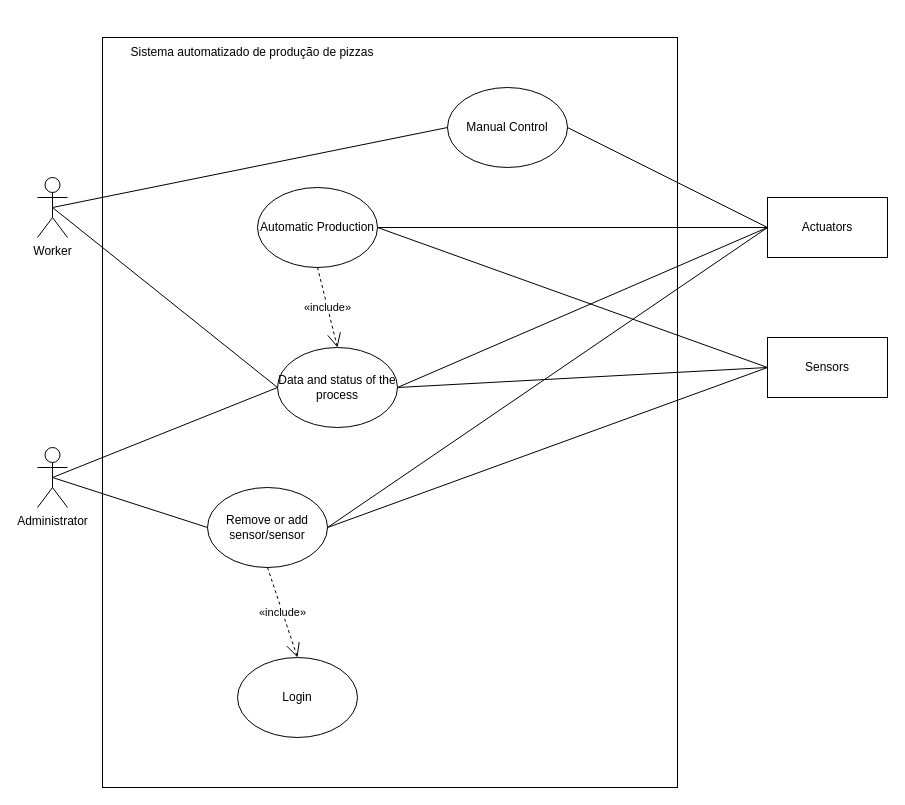
Earlier version of the draw.io diagram Documentation/Untitled Diagram.drawio (pedrosilva2703/SINF-FEUP). Source tidied: cells renumbered, new cells numbered last; positions are measured from the earlier drawing's top-left corner, leaving out a move shared by most shapes. Both pictures are drawn from the tidied source at 100%, with x=0, y=0 at pixel (37, 17).
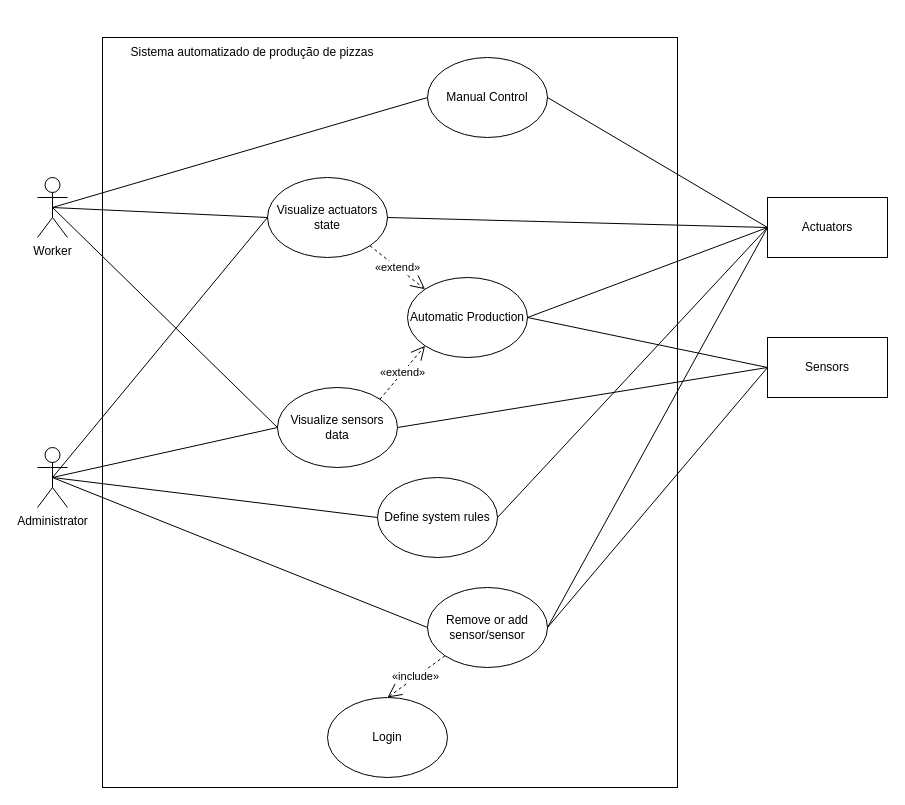
Above is the later version.

Commit message:
UML Use case diagram.drawio

Unchanged cells that the change refers to:
```xml
<mxCell id="4" value="Worker" style="shape=umlActor;verticalLabelPosition=bottom;verticalAlign=top;html=1;outlineConnect=0;" parent="1" vertex="1">
  <mxGeometry y="160" width="30" height="60" as="geometry" />
</mxCell>
<mxCell id="6" value="Actuators" style="rounded=0;whiteSpace=wrap;html=1;" parent="1" vertex="1">
  <mxGeometry x="730" y="180" width="120" height="60" as="geometry" />
</mxCell>
<mxCell id="14" value="Administrator" style="shape=umlActor;verticalLabelPosition=bottom;verticalAlign=top;html=1;outlineConnect=0;" parent="1" vertex="1">
  <mxGeometry y="430" width="30" height="60" as="geometry" />
</mxCell>
```

Diff of the diagram source:
```diff
@@
     <mxCell id="7" value="Manual Control" style="ellipse;whiteSpace=wrap;html=1;" parent="1" vertex="1">
-      <mxGeometry x="410" y="70" width="120" height="80" as="geometry" />
+      <mxGeometry x="390" y="40" width="120" height="80" as="geometry" />
     </mxCell>
     <mxCell id="8" value="Remove or add sensor/sensor" style="ellipse;whiteSpace=wrap;html=1;" parent="1" vertex="1">
-      <mxGeometry x="170" y="470" width="120" height="80" as="geometry" />
+      <mxGeometry x="390" y="570" width="120" height="80" as="geometry" />
     </mxCell>
-    <mxCell id="9" value="Data and status of the process" style="ellipse;whiteSpace=wrap;html=1;" parent="1" vertex="1">
-      <mxGeometry x="240" y="330" width="120" height="80" as="geometry" />
+    <mxCell id="9" value="Visualize sensors data" style="ellipse;whiteSpace=wrap;html=1;" parent="1" vertex="1">
+      <mxGeometry x="240" y="370" width="120" height="80" as="geometry" />
     </mxCell>
     <mxCell id="10" value="Login" style="ellipse;whiteSpace=wrap;html=1;" parent="1" vertex="1">
-      <mxGeometry x="200" y="640" width="120" height="80" as="geometry" />
+      <mxGeometry x="290" y="680" width="120" height="80" as="geometry" />
     </mxCell>
@@
-    <mxCell id="17" style="endArrow=none;html=1;entryX=0;entryY=0.5;entryDx=0;entryDy=0;exitX=1;exitY=0.5;exitDx=0;exitDy=0;" parent="1" edge="1" source="9" target="6">
-      <mxGeometry relative="1" as="geometry" />
-    </mxCell>
@@
-    <mxCell id="19" value="«include»" style="endArrow=open;endSize=12;dashed=1;html=1;entryX=0.5;entryY=0;entryDx=0;entryDy=0;exitX=0.5;exitY=1;exitDx=0;exitDy=0;" parent="1" edge="1" source="8" target="10">
+    <mxCell id="19" value="«include»" style="endArrow=open;endSize=12;dashed=1;html=1;entryX=0.5;entryY=0;entryDx=0;entryDy=0;exitX=0;exitY=1;exitDx=0;exitDy=0;" parent="1" edge="1" source="8" target="10">
       <mxGeometry relative="1" as="geometry" />
     </mxCell>
@@
     <mxCell id="22" value="Automatic Production" style="ellipse;whiteSpace=wrap;html=1;" parent="1" vertex="1">
-      <mxGeometry x="220" y="170" width="120" height="80" as="geometry" />
+      <mxGeometry x="370" y="260" width="120" height="80" as="geometry" />
     </mxCell>
@@
-    <mxCell id="25" value="«include»" style="endArrow=open;endSize=12;dashed=1;html=1;entryX=0.5;entryY=0;entryDx=0;entryDy=0;exitX=0.5;exitY=1;exitDx=0;exitDy=0;" parent="1" edge="1" source="22" target="9">
+    <mxCell id="25" value="«extend»" style="endArrow=open;endSize=12;dashed=1;html=1;entryX=0;entryY=1;entryDx=0;entryDy=0;exitX=1;exitY=0;exitDx=0;exitDy=0;" parent="1" edge="1" source="9" target="22">
       <mxGeometry relative="1" as="geometry" />
     </mxCell>
+    <mxCell id="26" value="Visualize actuators state" style="ellipse;whiteSpace=wrap;html=1;" parent="1" vertex="1">
+      <mxGeometry x="230" y="160" width="120" height="80" as="geometry" />
+    </mxCell>
+    <mxCell id="27" style="endArrow=none;html=1;entryX=0;entryY=0.5;entryDx=0;entryDy=0;exitX=1;exitY=0.5;exitDx=0;exitDy=0;" parent="1" edge="1" source="26" target="6">
+      <mxGeometry relative="1" as="geometry" />
+    </mxCell>
+    <mxCell id="28" style="endArrow=none;html=1;entryX=0;entryY=0.5;entryDx=0;entryDy=0;exitX=0.5;exitY=0.5;exitDx=0;exitDy=0;exitPerimeter=0;" parent="1" edge="1" source="4" target="26">
+      <mxGeometry relative="1" as="geometry" />
+    </mxCell>
+    <mxCell id="29" style="endArrow=none;html=1;entryX=0;entryY=0.5;entryDx=0;entryDy=0;exitX=0.5;exitY=0.5;exitDx=0;exitDy=0;exitPerimeter=0;" parent="1" edge="1" source="14" target="26">
+      <mxGeometry relative="1" as="geometry" />
+    </mxCell>
+    <mxCell id="30" value="«extend»" style="endArrow=open;endSize=12;dashed=1;html=1;entryX=0;entryY=0;entryDx=0;entryDy=0;exitX=1;exitY=1;exitDx=0;exitDy=0;" parent="1" edge="1" source="26" target="22">
+      <mxGeometry relative="1" as="geometry" />
+    </mxCell>
+    <mxCell id="31" value="Define system rules" style="ellipse;whiteSpace=wrap;html=1;" parent="1" vertex="1">
+      <mxGeometry x="340" y="460" width="120" height="80" as="geometry" />
+    </mxCell>
+    <mxCell id="32" style="endArrow=none;html=1;entryX=0.5;entryY=0.5;entryDx=0;entryDy=0;entryPerimeter=0;exitX=0;exitY=0.5;exitDx=0;exitDy=0;" parent="1" edge="1" source="31" target="14">
+      <mxGeometry relative="1" as="geometry" />
+    </mxCell>
+    <mxCell id="33" style="endArrow=none;html=1;entryX=0;entryY=0.5;entryDx=0;entryDy=0;exitX=1;exitY=0.5;exitDx=0;exitDy=0;" parent="1" edge="1" source="31" target="6">
+      <mxGeometry relative="1" as="geometry" />
+    </mxCell>
```
